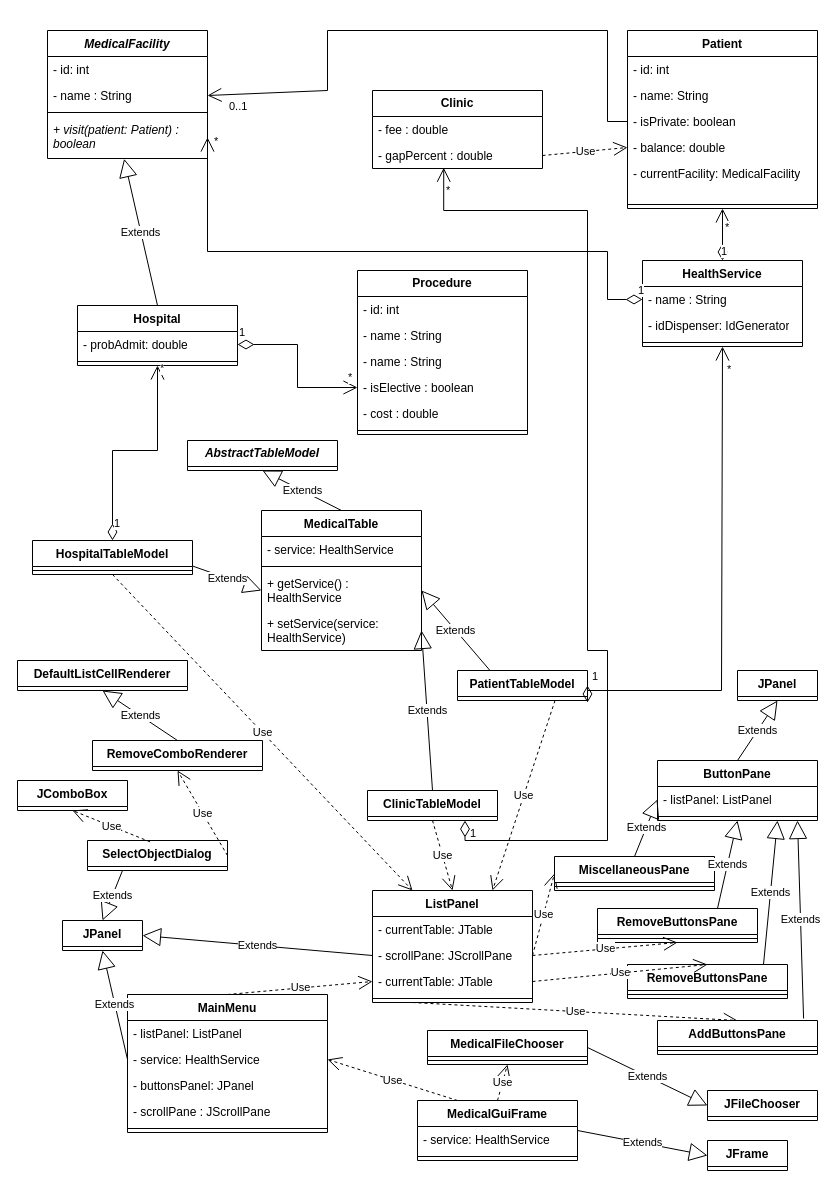
Before: UML_diagram.drawio in YvesStraten/medical-console-gui, a draw.io diagram. Source tidied: cells renumbered, new cells numbered last; positions are measured from the earlier drawing's top-left corner, leaving out a move shared by most shapes. Both pictures are drawn from the tidied source at 100%, with x=0, y=0 at pixel (17, 30).
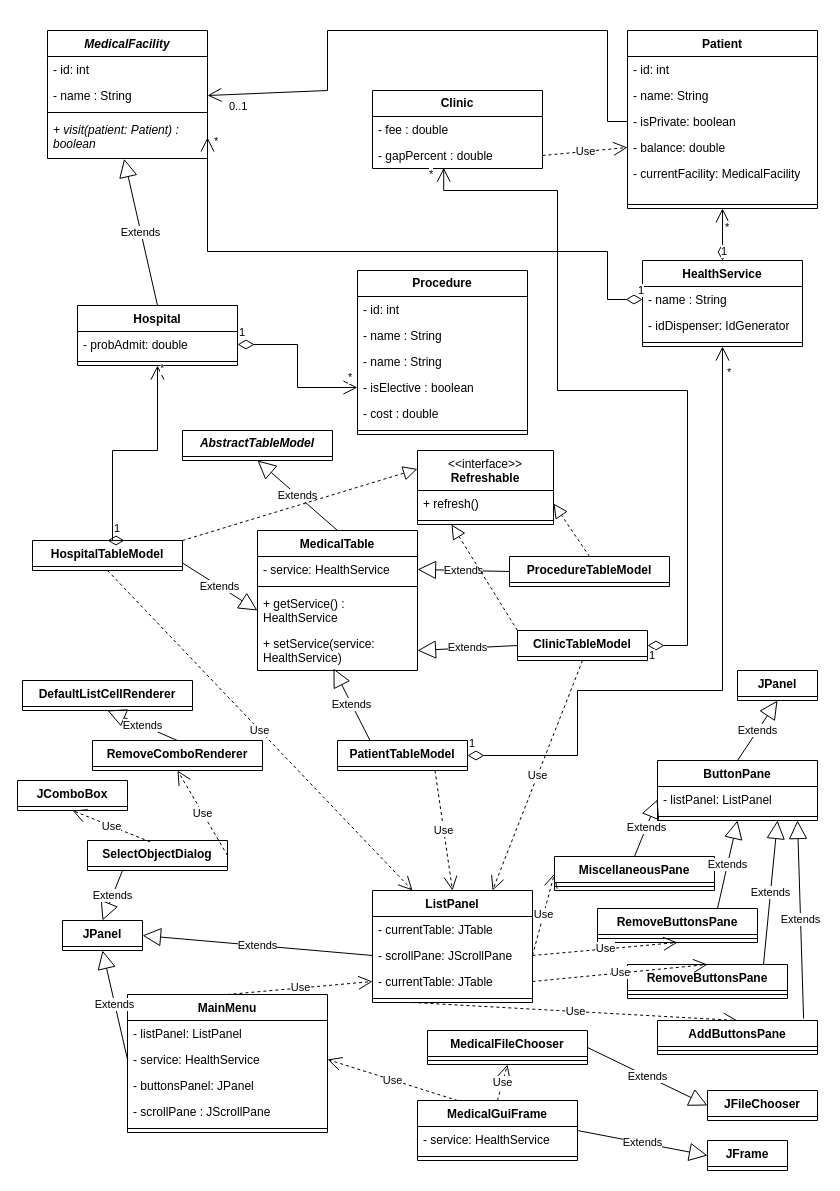
After the change.

The change refers to these unchanged cells:
```xml
<mxCell id="24" value="- gapPercent : double" style="text;strokeColor=none;fillColor=none;align=left;verticalAlign=top;spacingLeft=4;spacingRight=4;overflow=hidden;points=[[0,0.5],[1,0.5]];portConstraint=eastwest;whiteSpace=wrap;html=1;" parent="22" vertex="1">
  <mxGeometry y="52" width="170" height="26" as="geometry" />
</mxCell>
<mxCell id="29" value="HealthService" style="swimlane;fontStyle=1;align=center;verticalAlign=top;horizontal=1;startSize=26;whiteSpace=wrap;html=1;" parent="1" vertex="1">
  <mxGeometry x="625" y="230" width="160" height="86" as="geometry" />
</mxCell>
<mxCell id="71" value="- service: HealthService" style="text;strokeColor=none;fillColor=none;align=left;verticalAlign=top;spacingLeft=4;spacingRight=4;overflow=hidden;points=[[0,0.5],[1,0.5]];portConstraint=eastwest;whiteSpace=wrap;html=1;" parent="70" vertex="1">
  <mxGeometry y="26" width="160" height="26" as="geometry" />
</mxCell>
<mxCell id="73" value="+ getService() : HealthService" style="text;strokeColor=none;fillColor=none;align=left;verticalAlign=top;spacingLeft=4;spacingRight=4;overflow=hidden;points=[[0,0.5],[1,0.5]];portConstraint=eastwest;whiteSpace=wrap;html=1;" parent="70" vertex="1">
  <mxGeometry y="60" width="160" height="40" as="geometry" />
</mxCell>
<mxCell id="74" value="+ setService(service: HealthService)" style="text;strokeColor=none;fillColor=none;align=left;verticalAlign=top;spacingLeft=4;spacingRight=4;overflow=hidden;points=[[0,0.5],[1,0.5]];portConstraint=eastwest;whiteSpace=wrap;html=1;" parent="70" vertex="1">
  <mxGeometry y="100" width="160" height="40" as="geometry" />
</mxCell>
<mxCell id="78" value="ListPanel" style="swimlane;fontStyle=1;align=center;verticalAlign=top;horizontal=1;startSize=26;whiteSpace=wrap;html=1;" parent="1" vertex="1">
  <mxGeometry x="355" y="860" width="160" height="112" as="geometry" />
</mxCell>
```

Change to the diagram source:
```diff
@@
     <mxCell id="2" value="&lt;i&gt;&lt;b&gt;AbstractTableModel&lt;/b&gt;&lt;/i&gt;" style="swimlane;fontStyle=0;horizontal=1;startSize=26;fillColor=none;whiteSpace=wrap;html=1;" parent="1" vertex="1" collapsed="1">
-      <mxGeometry x="170" y="410" width="150" height="30" as="geometry" />
+      <mxGeometry x="165" y="400" width="150" height="30" as="geometry" />
     </mxCell>
@@
-    <mxCell id="25" value="HospitalTableModel" style="swimlane;fontStyle=1;align=center;verticalAlign=top;horizontal=1;startSize=26;whiteSpace=wrap;html=1;" parent="1" vertex="1">
-      <mxGeometry x="15" y="510" width="160" height="34" as="geometry" />
+    <mxCell id="25" value="HospitalTableModel" style="swimlane;fontStyle=1;align=center;verticalAlign=top;horizontal=1;startSize=26;whiteSpace=wrap;html=1;" parent="1" vertex="1" collapsed="1">
+      <mxGeometry x="15" y="510" width="150" height="30" as="geometry" />
     </mxCell>
-    <mxCell id="26" style="line;strokeWidth=1;fillColor=none;align=left;verticalAlign=middle;spacingTop=-1;spacingLeft=3;spacingRight=3;labelPosition=right;strokeColor=inherit;" parent="25" vertex="1">
-      <mxGeometry y="26" width="160" height="8" as="geometry" />
-    </mxCell>
@@
     <mxCell id="44" value="ClinicTableModel" style="swimlane;fontStyle=1;align=center;verticalAlign=top;horizontal=1;startSize=26;whiteSpace=wrap;html=1;" parent="1" vertex="1" collapsed="1">
-      <mxGeometry x="350" y="760" width="130" height="30" as="geometry" />
+      <mxGeometry x="500" y="600" width="130" height="30" as="geometry" />
     </mxCell>
-    <mxCell id="45" value="Extends" style="endArrow=block;endSize=16;endFill=0;html=1;rounded=0;exitX=0.5;exitY=0;exitDx=0;exitDy=0;entryX=1;entryY=0.5;entryDx=0;entryDy=0;" parent="1" edge="1" source="44" target="74">
+    <mxCell id="45" value="Extends" style="endArrow=block;endSize=16;endFill=0;html=1;rounded=0;exitX=0;exitY=0.5;exitDx=0;exitDy=0;entryX=1;entryY=0.5;entryDx=0;entryDy=0;" parent="1" edge="1" source="44" target="74">
       <mxGeometry relative="1" as="geometry" />
     </mxCell>
     <mxCell id="46" value="PatientTableModel" style="swimlane;fontStyle=1;align=center;verticalAlign=top;horizontal=1;startSize=26;whiteSpace=wrap;html=1;" parent="1" vertex="1" collapsed="1">
-      <mxGeometry x="440" y="640" width="130" height="30" as="geometry" />
+      <mxGeometry x="320" y="710" width="130" height="30" as="geometry" />
     </mxCell>
-    <mxCell id="47" value="Extends" style="endArrow=block;endSize=16;endFill=0;html=1;rounded=0;exitX=0.25;exitY=0;exitDx=0;exitDy=0;entryX=1;entryY=0.5;entryDx=0;entryDy=0;" parent="1" edge="1" source="46" target="73">
+    <mxCell id="47" value="Extends" style="endArrow=block;endSize=16;endFill=0;html=1;rounded=0;exitX=0.25;exitY=0;exitDx=0;exitDy=0;entryX=0.475;entryY=0.95;entryDx=0;entryDy=0;entryPerimeter=0;" parent="1" edge="1" source="46" target="74">
       <mxGeometry relative="1" as="geometry" />
     </mxCell>
     <mxCell id="48" value="1" style="endArrow=open;html=1;endSize=12;startArrow=diamondThin;startSize=14;startFill=0;edgeStyle=orthogonalEdgeStyle;align=left;verticalAlign=bottom;rounded=0;exitX=1;exitY=0.5;exitDx=0;exitDy=0;entryX=0.5;entryY=1;entryDx=0;entryDy=0;" parent="1" edge="1" source="46" target="29">
       <mxGeometry x="-1" y="3" relative="1" as="geometry">
         <Array as="points">
-          <mxPoint x="570" y="660" />
-          <mxPoint x="704" y="660" />
+          <mxPoint x="560" y="725" />
+          <mxPoint x="560" y="660" />
+          <mxPoint x="705" y="660" />
         </Array>
       </mxGeometry>
     </mxCell>
@@
-    <mxCell id="50" value="1" style="endArrow=open;html=1;endSize=12;startArrow=diamondThin;startSize=14;startFill=0;edgeStyle=orthogonalEdgeStyle;align=left;verticalAlign=top;rounded=0;exitX=0.75;exitY=1;exitDx=0;exitDy=0;entryX=0.419;entryY=0.971;entryDx=0;entryDy=0;entryPerimeter=0;" parent="1" edge="1" source="44" target="24">
+    <mxCell id="50" value="1" style="endArrow=open;html=1;endSize=12;startArrow=diamondThin;startSize=14;startFill=0;edgeStyle=orthogonalEdgeStyle;align=left;verticalAlign=top;rounded=0;exitX=1;exitY=0.5;exitDx=0;exitDy=0;entryX=0.419;entryY=0.971;entryDx=0;entryDy=0;entryPerimeter=0;" parent="1" edge="1" source="44" target="24">
       <mxGeometry x="-1" y="3" relative="1" as="geometry">
         <Array as="points">
-          <mxPoint x="447" y="810" />
-          <mxPoint x="590" y="810" />
-          <mxPoint x="590" y="620" />
-          <mxPoint x="570" y="620" />
-          <mxPoint x="570" y="180" />
-          <mxPoint x="426" y="180" />
+          <mxPoint x="670" y="615" />
+          <mxPoint x="670" y="360" />
+          <mxPoint x="540" y="360" />
+          <mxPoint x="540" y="160" />
+          <mxPoint x="426" y="160" />
         </Array>
       </mxGeometry>
     </mxCell>
     <mxCell id="51" value="*" style="edgeLabel;html=1;align=left;verticalAlign=top;" parent="50" vertex="1">
-      <mxGeometry x="0.98" y="-1" relative="1" as="geometry" />
+      <mxGeometry x="0.98" y="-1" relative="1" as="geometry">
+        <mxPoint x="-17" y="-14" as="offset" />
+      </mxGeometry>
     </mxCell>
@@
     <mxCell id="70" value="MedicalTable" style="swimlane;fontStyle=1;align=center;verticalAlign=top;horizontal=1;startSize=26;whiteSpace=wrap;html=1;" parent="1" vertex="1">
-      <mxGeometry x="244" y="480" width="160" height="140" as="geometry" />
+      <mxGeometry x="240" y="500" width="160" height="140" as="geometry" />
     </mxCell>
@@
-    <mxCell id="97" value="Use" style="endArrow=open;endSize=12;dashed=1;html=1;rounded=0;exitX=0.75;exitY=1;exitDx=0;exitDy=0;entryX=0.75;entryY=0;entryDx=0;entryDy=0;" parent="1" edge="1" source="46" target="78">
+    <mxCell id="97" value="Use" style="endArrow=open;endSize=12;dashed=1;html=1;rounded=0;exitX=0.75;exitY=1;exitDx=0;exitDy=0;entryX=0.5;entryY=0;entryDx=0;entryDy=0;" parent="1" edge="1" source="46" target="78">
       <mxGeometry relative="1" as="geometry" />
     </mxCell>
-    <mxCell id="98" value="Use" style="endArrow=open;endSize=12;dashed=1;html=1;rounded=0;exitX=0.5;exitY=1;exitDx=0;exitDy=0;entryX=0.5;entryY=0;entryDx=0;entryDy=0;" parent="1" edge="1" source="44" target="78">
+    <mxCell id="98" value="Use" style="endArrow=open;endSize=12;dashed=1;html=1;rounded=0;exitX=0.5;exitY=1;exitDx=0;exitDy=0;entryX=0.75;entryY=0;entryDx=0;entryDy=0;" parent="1" edge="1" source="44" target="78">
       <mxGeometry relative="1" as="geometry" />
     </mxCell>
@@
     <mxCell id="106" value="DefaultListCellRenderer" style="swimlane;fontStyle=1;align=center;verticalAlign=top;horizontal=1;startSize=26;whiteSpace=wrap;html=1;" parent="1" vertex="1" collapsed="1">
-      <mxGeometry y="630" width="170" height="30" as="geometry" />
+      <mxGeometry x="5" y="650" width="170" height="30" as="geometry" />
     </mxCell>
@@
+    <mxCell id="119" value="&lt;span style=&quot;font-weight: normal;&quot;&gt;&amp;lt;&amp;lt;interface&amp;gt;&amp;gt;&lt;/span&gt;&lt;div&gt;Refreshable&lt;/div&gt;" style="swimlane;fontStyle=1;align=center;verticalAlign=top;horizontal=1;startSize=40;whiteSpace=wrap;html=1;" parent="1" vertex="1">
+      <mxGeometry x="400" y="420" width="136" height="74" as="geometry" />
+    </mxCell>
+    <mxCell id="120" value="+ refresh()" style="text;strokeColor=none;fillColor=none;align=left;verticalAlign=top;spacingLeft=4;spacingRight=4;overflow=hidden;points=[[0,0.5],[1,0.5]];portConstraint=eastwest;whiteSpace=wrap;html=1;" parent="119" vertex="1">
+      <mxGeometry y="40" width="136" height="26" as="geometry" />
+    </mxCell>
+    <mxCell id="121" style="line;strokeWidth=1;fillColor=none;align=left;verticalAlign=middle;spacingTop=-1;spacingLeft=3;spacingRight=3;labelPosition=right;strokeColor=inherit;" parent="119" vertex="1">
+      <mxGeometry y="66" width="136" height="8" as="geometry" />
+    </mxCell>
+    <mxCell id="122" value="ProcedureTableModel" style="swimlane;fontStyle=1;align=center;verticalAlign=top;horizontal=1;startSize=26;whiteSpace=wrap;html=1;" parent="1" vertex="1" collapsed="1">
+      <mxGeometry x="492" y="526" width="160" height="30" as="geometry" />
+    </mxCell>
+    <mxCell id="123" value="Extends" style="endArrow=block;endSize=16;endFill=0;html=1;rounded=0;entryX=1;entryY=0.5;entryDx=0;entryDy=0;exitX=0;exitY=0.5;exitDx=0;exitDy=0;" parent="1" edge="1" source="122" target="71">
+      <mxGeometry relative="1" as="geometry" />
+    </mxCell>
+    <mxCell id="124" style="endArrow=block;dashed=1;endFill=0;endSize=12;html=1;rounded=0;entryX=1;entryY=0.5;entryDx=0;entryDy=0;exitX=0.5;exitY=0;exitDx=0;exitDy=0;" parent="1" edge="1" source="122" target="120">
+      <mxGeometry relative="1" as="geometry" />
+    </mxCell>
+    <mxCell id="125" style="endArrow=block;dashed=1;endFill=0;endSize=12;html=1;rounded=0;entryX=0.25;entryY=1;entryDx=0;entryDy=0;exitX=0;exitY=0;exitDx=0;exitDy=0;" parent="1" edge="1" source="44" target="119">
+      <mxGeometry relative="1" as="geometry" />
+    </mxCell>
+    <mxCell id="126" style="endArrow=block;dashed=1;endFill=0;endSize=12;html=1;rounded=0;entryX=0;entryY=0.25;entryDx=0;entryDy=0;exitX=1;exitY=0;exitDx=0;exitDy=0;" parent="1" edge="1" source="25" target="119">
+      <mxGeometry relative="1" as="geometry" />
+    </mxCell>
```
